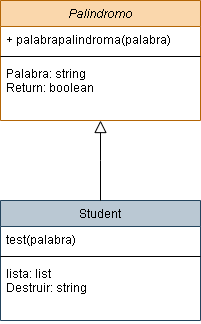
The draw.io diagram UML/ejerciciobUML.drawio.png in jzazooro/Entregaporparejas, before a commit. Source tidied: cells renumbered, new cells last; positions are measured from the earlier drawing's top-left corner, leaving out a move shared by most shapes.
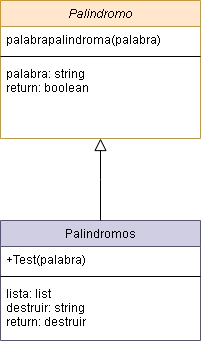
Later version of the same file.

What changed in the source:
```diff
@@ -2,31 +2,31 @@
   <root>
     <mxCell id="0" />
     <mxCell id="1" parent="0" />
-    <mxCell id="2" value="Palindromo" style="swimlane;fontStyle=2;align=center;verticalAlign=top;horizontal=1;startSize=26;rounded=0;shadow=0;strokeWidth=1;fillColor=#fad7ac;strokeColor=#b46504;" parent="1" vertex="1">
-      <mxGeometry width="200" height="120" as="geometry" />
+    <mxCell id="2" value="Palindromo" style="swimlane;fontStyle=2;align=center;verticalAlign=top;horizontal=1;startSize=26;rounded=0;shadow=0;strokeWidth=1;fillColor=#ffe6cc;strokeColor=#d79b00;" parent="1" vertex="1">
+      <mxGeometry x="-120" y="60" width="200" height="138" as="geometry" />
     </mxCell>
-    <mxCell id="3" value="+ palabrapalindroma(palabra)" style="text;align=left;verticalAlign=top;spacingLeft=4;spacingRight=4;overflow=hidden;" parent="2" vertex="1">
-      <mxGeometry y="26" width="200" height="26" as="geometry" />
-    </mxCell>
+    <mxCell id="11" value="palabrapalindroma(palabra)" style="text;align=left;verticalAlign=top;spacingLeft=4;spacingRight=4;overflow=hidden;rounded=0;shadow=0;html=0;" parent="2" vertex="1">
+      <mxGeometry y="26" width="200" height="26" as="geometry" />
+    </mxCell>
     <mxCell id="4" style="line;html=1;strokeWidth=1;align=left;verticalAlign=middle;spacingTop=-1;spacingLeft=3;spacingRight=3;labelPosition=right;" parent="2" vertex="1">
       <mxGeometry y="52" width="200" height="8" as="geometry" />
     </mxCell>
-    <mxCell id="5" value="Palabra: string&#10;Return: boolean" style="text;align=left;verticalAlign=top;spacingLeft=4;spacingRight=4;overflow=hidden;" parent="2" vertex="1">
-      <mxGeometry y="60" width="200" height="50" as="geometry" />
+    <mxCell id="5" value="palabra: string&#10;return: boolean" style="text;align=left;verticalAlign=top;spacingLeft=4;spacingRight=4;overflow=hidden;" parent="2" vertex="1">
+      <mxGeometry y="60" width="200" height="44" as="geometry" />
     </mxCell>
-    <mxCell id="6" value="Student" style="swimlane;fontStyle=0;align=center;verticalAlign=top;horizontal=1;startSize=26;rounded=0;shadow=0;strokeWidth=1;fillColor=#bac8d3;strokeColor=#23445d;" parent="1" vertex="1">
-      <mxGeometry y="200" width="200" height="120" as="geometry" />
+    <mxCell id="6" value="Palindromos" style="swimlane;fontStyle=0;align=center;verticalAlign=top;horizontal=1;startSize=26;rounded=0;shadow=0;strokeWidth=1;fillColor=#d0cee2;strokeColor=#56517e;" parent="1" vertex="1">
+      <mxGeometry x="-120" y="280" width="200" height="120" as="geometry" />
     </mxCell>
-    <mxCell id="7" value="test(palabra)" style="text;align=left;verticalAlign=top;spacingLeft=4;spacingRight=4;overflow=hidden;" parent="6" vertex="1">
+    <mxCell id="7" value="+Test(palabra)" style="text;align=left;verticalAlign=top;spacingLeft=4;spacingRight=4;overflow=hidden;" parent="6" vertex="1">
       <mxGeometry y="26" width="200" height="26" as="geometry" />
     </mxCell>
     <mxCell id="8" style="line;html=1;strokeWidth=1;align=left;verticalAlign=middle;spacingTop=-1;spacingLeft=3;spacingRight=3;labelPosition=right;" parent="6" vertex="1">
       <mxGeometry y="52" width="200" height="8" as="geometry" />
     </mxCell>
-    <mxCell id="9" value="lista: list&#10;Destruir: string" style="text;align=left;verticalAlign=top;spacingLeft=4;spacingRight=4;overflow=hidden;fontStyle=0;" parent="6" vertex="1">
-      <mxGeometry y="60" width="200" height="60" as="geometry" />
-    </mxCell>
+    <mxCell id="12" value="lista: list&#10;destruir: string&#10;return: destruir" style="text;align=left;verticalAlign=top;spacingLeft=4;spacingRight=4;overflow=hidden;" parent="6" vertex="1">
+      <mxGeometry y="60" width="200" height="60" as="geometry" />
+    </mxCell>
-    <mxCell id="10" style="endArrow=block;endSize=10;endFill=0;shadow=0;strokeWidth=1;rounded=0;edgeStyle=elbowEdgeStyle;elbow=vertical;entryX=0.5;entryY=1;entryDx=0;entryDy=0;" parent="1" edge="1" source="6" target="2">
+    <mxCell id="10" style="endArrow=block;endSize=10;endFill=0;shadow=0;strokeWidth=1;rounded=0;edgeStyle=elbowEdgeStyle;elbow=vertical;" parent="1" edge="1" source="6" target="2">
       <mxGeometry relative="1" as="geometry" />
     </mxCell>
   </root>
```
